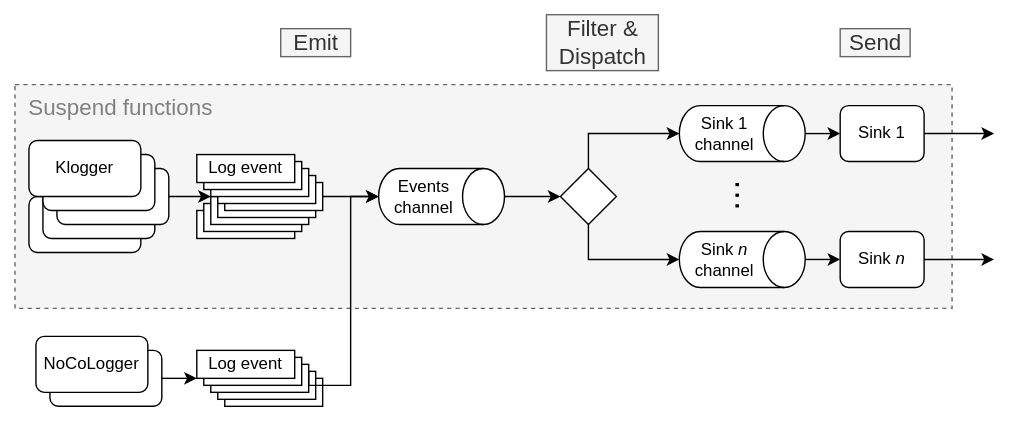
klogging/klogging.io keeps this draw.io diagram as static/img/klogging-process.svg. Above is the earlier version. Source tidied: cells renumbered, new cells last; positions are measured from the earlier drawing's top-left corner, leaving out a move shared by most shapes. The source it was exported from:
```xml
<mxGraphModel>
  <root>
    <mxCell id="0" />
    <mxCell id="1" parent="0" />
    <mxCell id="2" style="rounded=0;whiteSpace=wrap;html=1;fontSize=16;dashed=1;verticalAlign=top;align=left;spacingLeft=8;fontColor=#808080;fillColor=#FFFFFF;strokeColor=none;" parent="1" vertex="1">
      <mxGeometry width="720" height="300" as="geometry" />
    </mxCell>
    <mxCell id="3" value="Suspend functions" style="rounded=0;whiteSpace=wrap;html=1;fontSize=16;dashed=1;strokeColor=#666666;fillColor=#f5f5f5;verticalAlign=top;align=left;spacingLeft=8;fontColor=#808080;" parent="1" vertex="1">
      <mxGeometry x="10" y="60" width="670" height="160" as="geometry" />
    </mxCell>
    <mxCell id="4" style="edgeStyle=orthogonalEdgeStyle;rounded=0;jettySize=auto;html=1;entryX=0;entryY=0.5;entryDx=0;entryDy=0;fontSize=24;" parent="1" edge="1" source="5" target="12">
      <mxGeometry relative="1" as="geometry" />
    </mxCell>
    <mxCell id="5" value="Events channel" style="shape=cylinder3;whiteSpace=wrap;html=1;boundedLbl=1;backgroundOutline=1;size=15;rotation=90;horizontal=0;" parent="1" vertex="1">
      <mxGeometry x="295" y="95" width="40" height="90" as="geometry" />
    </mxCell>
    <mxCell id="6" style="rounded=0;jettySize=auto;html=1;exitX=0.5;exitY=0;exitDx=0;exitDy=0;exitPerimeter=0;entryX=0;entryY=0.5;entryDx=0;entryDy=0;fontSize=24;" parent="1" edge="1" source="7" target="37">
      <mxGeometry relative="1" as="geometry" />
    </mxCell>
    <mxCell id="7" value="Sink 1 channel" style="shape=cylinder3;whiteSpace=wrap;html=1;boundedLbl=1;backgroundOutline=1;size=15;rotation=90;horizontal=0;" parent="1" vertex="1">
      <mxGeometry x="510" y="50" width="40" height="90" as="geometry" />
    </mxCell>
    <mxCell id="8" style="rounded=0;jettySize=auto;html=1;exitX=0.5;exitY=0;exitDx=0;exitDy=0;exitPerimeter=0;entryX=0;entryY=0.5;entryDx=0;entryDy=0;fontSize=24;" parent="1" edge="1" source="9" target="39">
      <mxGeometry relative="1" as="geometry" />
    </mxCell>
    <mxCell id="9" value="Sink &lt;i&gt;n&lt;/i&gt; channel" style="shape=cylinder3;whiteSpace=wrap;html=1;boundedLbl=1;backgroundOutline=1;size=15;rotation=90;horizontal=0;" parent="1" vertex="1">
      <mxGeometry x="510" y="140" width="40" height="90" as="geometry" />
    </mxCell>
    <mxCell id="10" style="edgeStyle=orthogonalEdgeStyle;rounded=0;jettySize=auto;html=1;entryX=0.5;entryY=1;entryDx=0;entryDy=0;entryPerimeter=0;fontSize=24;exitX=0.5;exitY=0;exitDx=0;exitDy=0;" parent="1" edge="1" source="12" target="7">
      <mxGeometry relative="1" as="geometry" />
    </mxCell>
    <mxCell id="11" style="edgeStyle=orthogonalEdgeStyle;rounded=0;jettySize=auto;html=1;entryX=0.5;entryY=1;entryDx=0;entryDy=0;entryPerimeter=0;fontSize=24;exitX=0.5;exitY=1;exitDx=0;exitDy=0;" parent="1" edge="1" source="12" target="9">
      <mxGeometry relative="1" as="geometry" />
    </mxCell>
    <mxCell id="12" style="rhombus;whiteSpace=wrap;html=1;" parent="1" vertex="1">
      <mxGeometry x="400" y="120" width="40" height="40" as="geometry" />
    </mxCell>
    <mxCell id="13" style="group;" parent="1" vertex="1">
      <mxGeometry x="20" y="100" width="100" height="80" as="geometry" />
    </mxCell>
    <mxCell id="14" value="Klogger" style="rounded=1;whiteSpace=wrap;html=1;" parent="13" vertex="1">
      <mxGeometry y="40" width="80" height="40" as="geometry" />
    </mxCell>
    <mxCell id="15" value="Klogger" style="rounded=1;whiteSpace=wrap;html=1;" parent="13" vertex="1">
      <mxGeometry x="10" y="30" width="80" height="40" as="geometry" />
    </mxCell>
    <mxCell id="16" value="Klogger" style="rounded=1;whiteSpace=wrap;html=1;" parent="13" vertex="1">
      <mxGeometry x="20" y="20" width="80" height="40" as="geometry" />
    </mxCell>
    <mxCell id="17" value="Klogger" style="rounded=1;whiteSpace=wrap;html=1;" parent="13" vertex="1">
      <mxGeometry x="10" y="10" width="80" height="40" as="geometry" />
    </mxCell>
    <mxCell id="18" value="Klogger" style="rounded=1;whiteSpace=wrap;html=1;" parent="13" vertex="1">
      <mxGeometry width="80" height="40" as="geometry" />
    </mxCell>
    <mxCell id="19" style="group;" parent="1" vertex="1">
      <mxGeometry x="140" y="110" width="90" height="60" as="geometry" />
    </mxCell>
    <mxCell id="20" style="rounded=0;whiteSpace=wrap;html=1;" parent="19" vertex="1">
      <mxGeometry y="40" width="70" height="20" as="geometry" />
    </mxCell>
    <mxCell id="21" style="rounded=0;whiteSpace=wrap;html=1;" parent="19" vertex="1">
      <mxGeometry x="5" y="35" width="70" height="20" as="geometry" />
    </mxCell>
    <mxCell id="22" style="rounded=0;whiteSpace=wrap;html=1;" parent="19" vertex="1">
      <mxGeometry x="10" y="30" width="70" height="20" as="geometry" />
    </mxCell>
    <mxCell id="23" style="rounded=0;whiteSpace=wrap;html=1;" parent="19" vertex="1">
      <mxGeometry x="15" y="25" width="70" height="20" as="geometry" />
    </mxCell>
    <mxCell id="24" style="rounded=0;whiteSpace=wrap;html=1;" parent="19" vertex="1">
      <mxGeometry x="20" y="20" width="70" height="20" as="geometry" />
    </mxCell>
    <mxCell id="25" style="rounded=0;whiteSpace=wrap;html=1;" parent="19" vertex="1">
      <mxGeometry x="15" y="15" width="70" height="20" as="geometry" />
    </mxCell>
    <mxCell id="26" style="rounded=0;whiteSpace=wrap;html=1;" parent="19" vertex="1">
      <mxGeometry x="10" y="10" width="70" height="20" as="geometry" />
    </mxCell>
    <mxCell id="27" style="rounded=0;whiteSpace=wrap;html=1;" parent="19" vertex="1">
      <mxGeometry x="5" y="5" width="70" height="20" as="geometry" />
    </mxCell>
    <mxCell id="28" value="Log event" style="rounded=0;whiteSpace=wrap;html=1;" parent="19" vertex="1">
      <mxGeometry width="70" height="20" as="geometry" />
    </mxCell>
    <mxCell id="29" value="…" style="text;html=1;align=center;verticalAlign=middle;strokeColor=none;horizontal=0;fontSize=24;" parent="1" vertex="1">
      <mxGeometry x="500" y="125" width="40" height="30" as="geometry" />
    </mxCell>
    <mxCell id="30" style="group;" parent="1" vertex="1">
      <mxGeometry x="25" y="240" width="90" height="50" as="geometry" />
    </mxCell>
    <mxCell id="31" value="Klogger" style="rounded=1;whiteSpace=wrap;html=1;" parent="30" vertex="1">
      <mxGeometry x="10" y="10" width="80" height="40" as="geometry" />
    </mxCell>
    <mxCell id="32" value="NoCoLogger" style="rounded=1;whiteSpace=wrap;html=1;" parent="30" vertex="1">
      <mxGeometry width="80" height="40" as="geometry" />
    </mxCell>
    <mxCell id="33" style="edgeStyle=orthogonalEdgeStyle;rounded=0;jettySize=auto;html=1;exitX=1;exitY=0.5;exitDx=0;exitDy=0;entryX=0.5;entryY=1;entryDx=0;entryDy=0;entryPerimeter=0;fontSize=24;" parent="1" edge="1" source="24" target="5">
      <mxGeometry relative="1" as="geometry" />
    </mxCell>
    <mxCell id="34" style="rounded=0;jettySize=auto;html=1;fontSize=24;entryX=0;entryY=1;entryDx=0;entryDy=0;" parent="1" edge="1" source="31" target="48">
      <mxGeometry relative="1" as="geometry" />
    </mxCell>
    <mxCell id="35" style="edgeStyle=orthogonalEdgeStyle;rounded=0;jettySize=auto;html=1;exitX=1;exitY=0.5;exitDx=0;exitDy=0;entryX=0;entryY=1;entryDx=0;entryDy=0;fontSize=24;" parent="1" edge="1" source="16" target="26">
      <mxGeometry relative="1" as="geometry" />
    </mxCell>
    <mxCell id="36" style="rounded=0;jettySize=auto;html=1;" parent="1" edge="1" source="37">
      <mxGeometry relative="1" as="geometry">
        <mxPoint x="710" y="95" as="targetPoint" />
      </mxGeometry>
    </mxCell>
    <mxCell id="37" value="Sink 1" style="rounded=1;whiteSpace=wrap;html=1;" parent="1" vertex="1">
      <mxGeometry x="600" y="75" width="60" height="40" as="geometry" />
    </mxCell>
    <mxCell id="38" style="rounded=0;jettySize=auto;html=1;exitX=1;exitY=0.5;exitDx=0;exitDy=0;fontSize=24;" parent="1" edge="1" source="39">
      <mxGeometry relative="1" as="geometry">
        <mxPoint x="710" y="185" as="targetPoint" />
      </mxGeometry>
    </mxCell>
    <mxCell id="39" value="Sink &lt;i&gt;n&lt;/i&gt;" style="rounded=1;whiteSpace=wrap;html=1;" parent="1" vertex="1">
      <mxGeometry x="600" y="165" width="60" height="40" as="geometry" />
    </mxCell>
    <mxCell id="40" value="Emit" style="text;html=1;align=center;verticalAlign=middle;fontSize=16;fillColor=#f5f5f5;strokeColor=#666666;fontColor=#333333;" parent="1" vertex="1">
      <mxGeometry x="200" y="20" width="50" height="20" as="geometry" />
    </mxCell>
    <mxCell id="41" value="Filter &amp;amp;&lt;br style=&quot;font-size: 16px;&quot;&gt;Dispatch" style="text;html=1;align=center;verticalAlign=middle;strokeColor=#666666;fontSize=16;fillColor=#f5f5f5;fontColor=#333333;" parent="1" vertex="1">
      <mxGeometry x="390" y="10" width="80" height="40" as="geometry" />
    </mxCell>
    <mxCell id="42" value="Send" style="text;html=1;align=center;verticalAlign=middle;strokeColor=#666666;fontSize=16;fillColor=#f5f5f5;fontColor=#333333;" parent="1" vertex="1">
      <mxGeometry x="600" y="20" width="50" height="20" as="geometry" />
    </mxCell>
    <mxCell id="43" style="group;" parent="1" vertex="1">
      <mxGeometry x="140" y="250" width="90" height="40" as="geometry" />
    </mxCell>
    <mxCell id="44" style="rounded=0;whiteSpace=wrap;html=1;" parent="43" vertex="1">
      <mxGeometry x="20" y="20" width="70" height="20" as="geometry" />
    </mxCell>
    <mxCell id="45" style="rounded=0;whiteSpace=wrap;html=1;" parent="43" vertex="1">
      <mxGeometry x="15" y="15" width="70" height="20" as="geometry" />
    </mxCell>
    <mxCell id="46" style="rounded=0;whiteSpace=wrap;html=1;" parent="43" vertex="1">
      <mxGeometry x="10" y="10" width="70" height="20" as="geometry" />
    </mxCell>
    <mxCell id="47" style="rounded=0;whiteSpace=wrap;html=1;" parent="43" vertex="1">
      <mxGeometry x="5" y="5" width="70" height="20" as="geometry" />
    </mxCell>
    <mxCell id="48" value="Log event" style="rounded=0;whiteSpace=wrap;html=1;" parent="43" vertex="1">
      <mxGeometry width="70" height="20" as="geometry" />
    </mxCell>
    <mxCell id="49" style="edgeStyle=orthogonalEdgeStyle;rounded=0;jettySize=auto;html=1;fontSize=16;fontColor=#808080;entryX=0.5;entryY=1;entryDx=0;entryDy=0;entryPerimeter=0;exitX=1;exitY=0.25;exitDx=0;exitDy=0;" parent="1" edge="1" source="46" target="5">
      <mxGeometry relative="1" as="geometry">
        <Array as="points">
          <mxPoint x="250" y="275" />
          <mxPoint x="250" y="140" />
        </Array>
      </mxGeometry>
    </mxCell>
  </root>
</mxGraphModel>
```
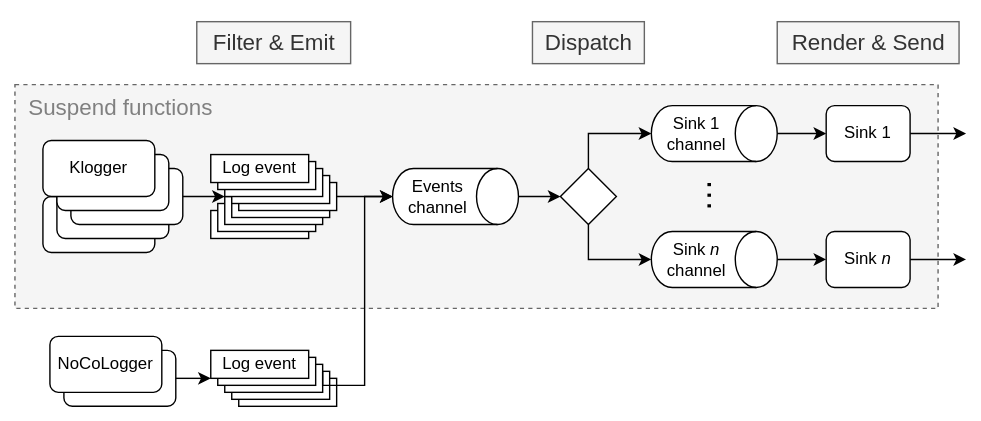
The same file after the commit.

Commit message:
More details on Klogging process

What changed in the source:
```diff
@@ -3,28 +3,28 @@
     <mxCell id="0" />
     <mxCell id="1" parent="0" />
     <mxCell id="2" style="rounded=0;whiteSpace=wrap;html=1;fontSize=16;dashed=1;verticalAlign=top;align=left;spacingLeft=8;fontColor=#808080;fillColor=#FFFFFF;strokeColor=none;" parent="1" vertex="1">
-      <mxGeometry width="720" height="300" as="geometry" />
+      <mxGeometry width="700" height="300" as="geometry" />
     </mxCell>
     <mxCell id="3" value="Suspend functions" style="rounded=0;whiteSpace=wrap;html=1;fontSize=16;dashed=1;strokeColor=#666666;fillColor=#f5f5f5;verticalAlign=top;align=left;spacingLeft=8;fontColor=#808080;" parent="1" vertex="1">
-      <mxGeometry x="10" y="60" width="670" height="160" as="geometry" />
+      <mxGeometry x="10" y="60" width="660" height="160" as="geometry" />
     </mxCell>
     <mxCell id="4" style="edgeStyle=orthogonalEdgeStyle;rounded=0;jettySize=auto;html=1;entryX=0;entryY=0.5;entryDx=0;entryDy=0;fontSize=24;" parent="1" edge="1" source="5" target="12">
       <mxGeometry relative="1" as="geometry" />
     </mxCell>
     <mxCell id="5" value="Events channel" style="shape=cylinder3;whiteSpace=wrap;html=1;boundedLbl=1;backgroundOutline=1;size=15;rotation=90;horizontal=0;" parent="1" vertex="1">
-      <mxGeometry x="295" y="95" width="40" height="90" as="geometry" />
+      <mxGeometry x="305" y="95" width="40" height="90" as="geometry" />
     </mxCell>
     <mxCell id="6" style="rounded=0;jettySize=auto;html=1;exitX=0.5;exitY=0;exitDx=0;exitDy=0;exitPerimeter=0;entryX=0;entryY=0.5;entryDx=0;entryDy=0;fontSize=24;" parent="1" edge="1" source="7" target="37">
       <mxGeometry relative="1" as="geometry" />
     </mxCell>
     <mxCell id="7" value="Sink 1 channel" style="shape=cylinder3;whiteSpace=wrap;html=1;boundedLbl=1;backgroundOutline=1;size=15;rotation=90;horizontal=0;" parent="1" vertex="1">
-      <mxGeometry x="510" y="50" width="40" height="90" as="geometry" />
+      <mxGeometry x="490" y="50" width="40" height="90" as="geometry" />
     </mxCell>
     <mxCell id="8" style="rounded=0;jettySize=auto;html=1;exitX=0.5;exitY=0;exitDx=0;exitDy=0;exitPerimeter=0;entryX=0;entryY=0.5;entryDx=0;entryDy=0;fontSize=24;" parent="1" edge="1" source="9" target="39">
       <mxGeometry relative="1" as="geometry" />
     </mxCell>
     <mxCell id="9" value="Sink &lt;i&gt;n&lt;/i&gt; channel" style="shape=cylinder3;whiteSpace=wrap;html=1;boundedLbl=1;backgroundOutline=1;size=15;rotation=90;horizontal=0;" parent="1" vertex="1">
-      <mxGeometry x="510" y="140" width="40" height="90" as="geometry" />
+      <mxGeometry x="490" y="140" width="40" height="90" as="geometry" />
     </mxCell>
     <mxCell id="10" style="edgeStyle=orthogonalEdgeStyle;rounded=0;jettySize=auto;html=1;entryX=0.5;entryY=1;entryDx=0;entryDy=0;entryPerimeter=0;fontSize=24;exitX=0.5;exitY=0;exitDx=0;exitDy=0;" parent="1" edge="1" source="12" target="7">
       <mxGeometry relative="1" as="geometry" />
@@ -36,7 +36,7 @@
       <mxGeometry x="400" y="120" width="40" height="40" as="geometry" />
     </mxCell>
     <mxCell id="13" style="group;" parent="1" vertex="1">
-      <mxGeometry x="20" y="100" width="100" height="80" as="geometry" />
+      <mxGeometry x="30" y="100" width="100" height="80" as="geometry" />
     </mxCell>
     <mxCell id="14" value="Klogger" style="rounded=1;whiteSpace=wrap;html=1;" parent="13" vertex="1">
       <mxGeometry y="40" width="80" height="40" as="geometry" />
@@ -54,7 +54,7 @@
       <mxGeometry width="80" height="40" as="geometry" />
     </mxCell>
     <mxCell id="19" style="group;" parent="1" vertex="1">
-      <mxGeometry x="140" y="110" width="90" height="60" as="geometry" />
+      <mxGeometry x="150" y="110" width="90" height="60" as="geometry" />
     </mxCell>
     <mxCell id="20" style="rounded=0;whiteSpace=wrap;html=1;" parent="19" vertex="1">
       <mxGeometry y="40" width="70" height="20" as="geometry" />
@@ -84,10 +84,10 @@
       <mxGeometry width="70" height="20" as="geometry" />
     </mxCell>
     <mxCell id="29" value="…" style="text;html=1;align=center;verticalAlign=middle;strokeColor=none;horizontal=0;fontSize=24;" parent="1" vertex="1">
-      <mxGeometry x="500" y="125" width="40" height="30" as="geometry" />
+      <mxGeometry x="480" y="125" width="40" height="30" as="geometry" />
     </mxCell>
     <mxCell id="30" style="group;" parent="1" vertex="1">
-      <mxGeometry x="25" y="240" width="90" height="50" as="geometry" />
+      <mxGeometry x="35" y="240" width="90" height="50" as="geometry" />
     </mxCell>
     <mxCell id="31" value="Klogger" style="rounded=1;whiteSpace=wrap;html=1;" parent="30" vertex="1">
       <mxGeometry x="10" y="10" width="80" height="40" as="geometry" />
@@ -106,31 +106,31 @@
     </mxCell>
     <mxCell id="36" style="rounded=0;jettySize=auto;html=1;" parent="1" edge="1" source="37">
       <mxGeometry relative="1" as="geometry">
-        <mxPoint x="710" y="95" as="targetPoint" />
+        <mxPoint x="690" y="95" as="targetPoint" />
       </mxGeometry>
     </mxCell>
     <mxCell id="37" value="Sink 1" style="rounded=1;whiteSpace=wrap;html=1;" parent="1" vertex="1">
-      <mxGeometry x="600" y="75" width="60" height="40" as="geometry" />
+      <mxGeometry x="590" y="75" width="60" height="40" as="geometry" />
     </mxCell>
     <mxCell id="38" style="rounded=0;jettySize=auto;html=1;exitX=1;exitY=0.5;exitDx=0;exitDy=0;fontSize=24;" parent="1" edge="1" source="39">
       <mxGeometry relative="1" as="geometry">
-        <mxPoint x="710" y="185" as="targetPoint" />
+        <mxPoint x="690" y="185" as="targetPoint" />
       </mxGeometry>
     </mxCell>
     <mxCell id="39" value="Sink &lt;i&gt;n&lt;/i&gt;" style="rounded=1;whiteSpace=wrap;html=1;" parent="1" vertex="1">
-      <mxGeometry x="600" y="165" width="60" height="40" as="geometry" />
+      <mxGeometry x="590" y="165" width="60" height="40" as="geometry" />
     </mxCell>
-    <mxCell id="40" value="Emit" style="text;html=1;align=center;verticalAlign=middle;fontSize=16;fillColor=#f5f5f5;strokeColor=#666666;fontColor=#333333;" parent="1" vertex="1">
-      <mxGeometry x="200" y="20" width="50" height="20" as="geometry" />
+    <mxCell id="40" value="Filter &amp;amp; Emit" style="text;html=1;align=center;verticalAlign=middle;fontSize=16;fillColor=#f5f5f5;strokeColor=#666666;fontColor=#333333;spacing=3;" parent="1" vertex="1">
+      <mxGeometry x="140" y="15" width="110" height="30" as="geometry" />
     </mxCell>
-    <mxCell id="41" value="Filter &amp;amp;&lt;br style=&quot;font-size: 16px;&quot;&gt;Dispatch" style="text;html=1;align=center;verticalAlign=middle;strokeColor=#666666;fontSize=16;fillColor=#f5f5f5;fontColor=#333333;" parent="1" vertex="1">
-      <mxGeometry x="390" y="10" width="80" height="40" as="geometry" />
+    <mxCell id="41" value="Dispatch" style="text;html=1;align=center;verticalAlign=middle;strokeColor=#666666;fontSize=16;fillColor=#f5f5f5;fontColor=#333333;spacing=3;" parent="1" vertex="1">
+      <mxGeometry x="380" y="15" width="80" height="30" as="geometry" />
     </mxCell>
-    <mxCell id="42" value="Send" style="text;html=1;align=center;verticalAlign=middle;strokeColor=#666666;fontSize=16;fillColor=#f5f5f5;fontColor=#333333;" parent="1" vertex="1">
-      <mxGeometry x="600" y="20" width="50" height="20" as="geometry" />
+    <mxCell id="42" value="Render &amp;amp; Send" style="text;html=1;align=center;verticalAlign=middle;strokeColor=#666666;fontSize=16;fillColor=#f5f5f5;fontColor=#333333;spacing=3;" parent="1" vertex="1">
+      <mxGeometry x="555" y="15" width="130" height="30" as="geometry" />
     </mxCell>
     <mxCell id="43" style="group;" parent="1" vertex="1">
-      <mxGeometry x="140" y="250" width="90" height="40" as="geometry" />
+      <mxGeometry x="150" y="250" width="90" height="40" as="geometry" />
     </mxCell>
     <mxCell id="44" style="rounded=0;whiteSpace=wrap;html=1;" parent="43" vertex="1">
       <mxGeometry x="20" y="20" width="70" height="20" as="geometry" />
@@ -150,8 +150,8 @@
     <mxCell id="49" style="edgeStyle=orthogonalEdgeStyle;rounded=0;jettySize=auto;html=1;fontSize=16;fontColor=#808080;entryX=0.5;entryY=1;entryDx=0;entryDy=0;entryPerimeter=0;exitX=1;exitY=0.25;exitDx=0;exitDy=0;" parent="1" edge="1" source="46" target="5">
       <mxGeometry relative="1" as="geometry">
         <Array as="points">
-          <mxPoint x="250" y="275" />
-          <mxPoint x="250" y="140" />
+          <mxPoint x="260" y="275" />
+          <mxPoint x="260" y="140" />
         </Array>
       </mxGeometry>
     </mxCell>
```
